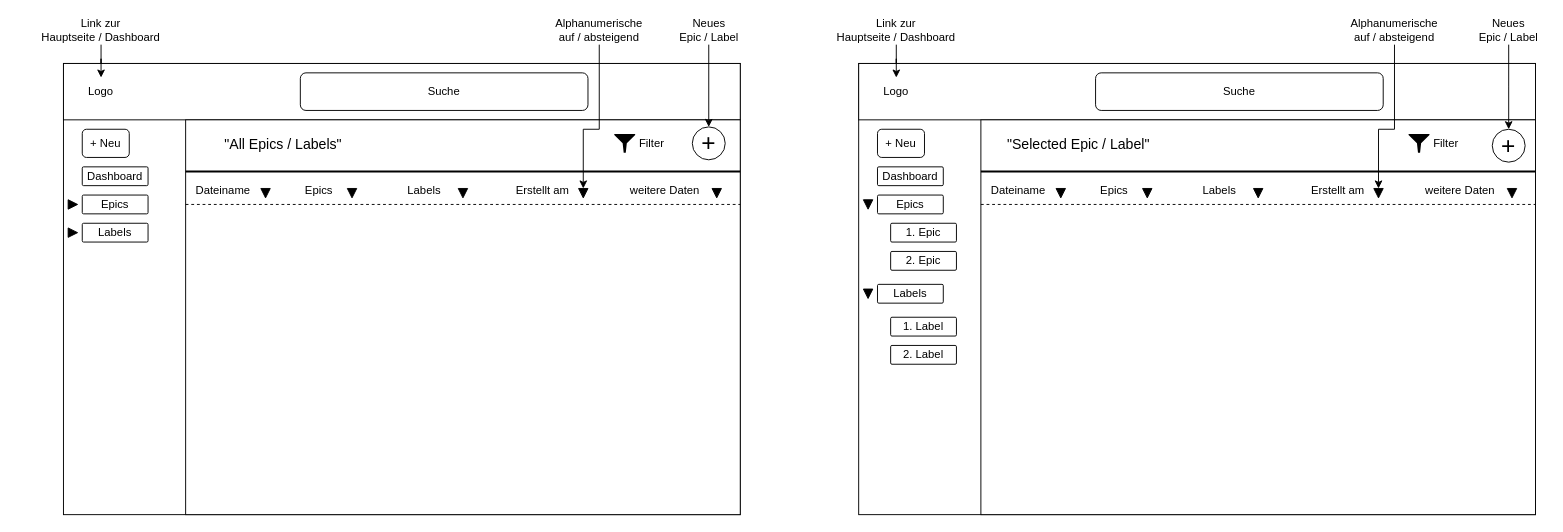
Before: page "Epics and Labels" (3 of 3) of diagrams/FE Mockup/Mockup.drawio in documents-manager/knowledge-base, a draw.io diagram. Source tidied: cells renumbered, new cells numbered last; positions are measured from the earlier drawing's top-left corner, leaving out a move shared by most shapes. Both pictures are drawn from the tidied source at 94%, with x=0, y=0 at pixel (16, 16). Pictures stored in the file or linked from it are replaced by grey dashed boxes.
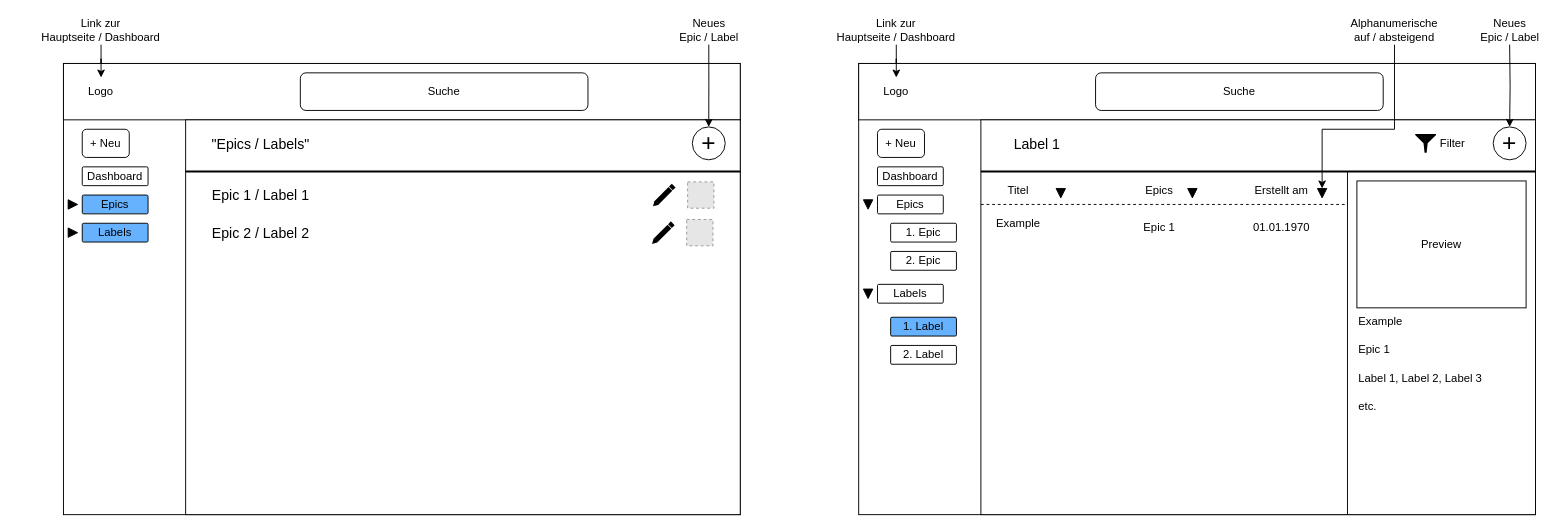
Above is the later version.

The change refers to these unchanged cells:
```xml
<mxCell id="58" value="Alphanumerische&lt;br&gt;auf / absteigend" style="text;html=1;strokeColor=none;fillColor=none;align=center;verticalAlign=middle;whiteSpace=wrap;rounded=0;" parent="1" vertex="1">
  <mxGeometry x="1376" width="180" height="30" as="geometry" />
</mxCell>
```

Diff of the diagram source:
```diff
@@
-    <mxCell id="10" value="Epics" style="rounded=1;whiteSpace=wrap;html=1;arcSize=7;" parent="1" vertex="1">
+    <mxCell id="10" value="Epics" style="rounded=1;whiteSpace=wrap;html=1;arcSize=7;fillColor=#66B2FF;" parent="1" vertex="1">
       <mxGeometry x="70" y="190" width="70" height="20" as="geometry" />
     </mxCell>
-    <mxCell id="11" value="Labels" style="rounded=1;whiteSpace=wrap;html=1;arcSize=7;" parent="1" vertex="1">
+    <mxCell id="11" value="Labels" style="rounded=1;whiteSpace=wrap;html=1;arcSize=7;fillColor=#66B2FF;" parent="1" vertex="1">
       <mxGeometry x="70" y="220" width="70" height="20" as="geometry" />
     </mxCell>
@@
-    <mxCell id="13" value="Dateiname" style="text;html=1;strokeColor=none;fillColor=none;align=center;verticalAlign=middle;whiteSpace=wrap;rounded=0;" parent="1" vertex="1">
-      <mxGeometry x="190" y="170" width="60" height="30" as="geometry" />
-    </mxCell>
-    <mxCell id="14" value="Epics" style="text;html=1;strokeColor=none;fillColor=none;align=center;verticalAlign=middle;whiteSpace=wrap;rounded=0;" parent="1" vertex="1">
-      <mxGeometry x="292" y="170" width="60" height="30" as="geometry" />
-    </mxCell>
-    <mxCell id="15" value="Labels" style="text;html=1;strokeColor=none;fillColor=none;align=center;verticalAlign=middle;whiteSpace=wrap;rounded=0;" parent="1" vertex="1">
-      <mxGeometry x="403.5" y="170" width="60" height="30" as="geometry" />
-    </mxCell>
-    <mxCell id="16" value="Erstellt am" style="text;html=1;strokeColor=none;fillColor=none;align=center;verticalAlign=middle;whiteSpace=wrap;rounded=0;" parent="1" vertex="1">
-      <mxGeometry x="530" y="170" width="60" height="30" as="geometry" />
-    </mxCell>
-    <mxCell id="17" value="weitere Daten" style="text;html=1;strokeColor=none;fillColor=none;align=center;verticalAlign=middle;whiteSpace=wrap;rounded=0;" parent="1" vertex="1">
-      <mxGeometry x="640" y="170" width="100" height="30" as="geometry" />
-    </mxCell>
@@
-    <mxCell id="19" value="&quot;All Epics / Labels&quot;" style="text;html=1;strokeColor=none;fillColor=none;align=center;verticalAlign=middle;whiteSpace=wrap;rounded=0;dashed=1;strokeWidth=2;fontSize=15;" parent="1" vertex="1">
-      <mxGeometry x="195" y="120" width="178" height="30" as="geometry" />
+    <mxCell id="19" value="&quot;Epics / Labels&quot;" style="text;html=1;strokeColor=none;fillColor=none;align=center;verticalAlign=middle;whiteSpace=wrap;rounded=0;dashed=1;strokeWidth=2;fontSize=15;" parent="1" vertex="1">
+      <mxGeometry x="180" y="120" width="160" height="30" as="geometry" />
     </mxCell>
-    <mxCell id="20" style="sketch=0;shadow=0;dashed=0;html=1;strokeColor=none;labelPosition=center;verticalLabelPosition=bottom;verticalAlign=top;align=center;fillColor=#000000;shape=mxgraph.mscae.enterprise.filter;" parent="1" vertex="1">
-      <mxGeometry x="636" y="125" width="22.2" height="20" as="geometry" />
-    </mxCell>
-    <mxCell id="21" value="Filter" style="text;html=1;strokeColor=none;fillColor=none;align=center;verticalAlign=middle;whiteSpace=wrap;rounded=0;dashed=1;" parent="1" vertex="1">
-      <mxGeometry x="646" y="120" width="60" height="30" as="geometry" />
-    </mxCell>
-    <mxCell id="22" style="triangle;whiteSpace=wrap;html=1;fontSize=15;strokeWidth=1;fillColor=#000000;direction=south;" parent="1" vertex="1">
-      <mxGeometry x="260" y="183" width="10" height="10" as="geometry" />
-    </mxCell>
-    <mxCell id="23" style="triangle;whiteSpace=wrap;html=1;fontSize=15;strokeWidth=1;fillColor=#000000;direction=south;" parent="1" vertex="1">
-      <mxGeometry x="352" y="183" width="10" height="10" as="geometry" />
-    </mxCell>
-    <mxCell id="24" style="triangle;whiteSpace=wrap;html=1;fontSize=15;strokeWidth=1;fillColor=#000000;direction=south;" parent="1" vertex="1">
-      <mxGeometry x="470" y="183" width="10" height="10" as="geometry" />
-    </mxCell>
-    <mxCell id="25" style="triangle;whiteSpace=wrap;html=1;fontSize=15;strokeWidth=1;fillColor=#000000;direction=south;" parent="1" vertex="1">
-      <mxGeometry x="598" y="183" width="10" height="10" as="geometry" />
-    </mxCell>
-    <mxCell id="26" style="triangle;whiteSpace=wrap;html=1;fontSize=15;strokeWidth=1;fillColor=#000000;direction=south;" parent="1" vertex="1">
-      <mxGeometry x="740" y="183" width="10" height="10" as="geometry" />
-    </mxCell>
-    <mxCell id="27" style="edgeStyle=orthogonalEdgeStyle;rounded=0;jettySize=auto;html=1;exitX=0.5;exitY=1;exitDx=0;exitDy=0;fontSize=15;entryX=0;entryY=0.5;entryDx=0;entryDy=0;" parent="1" edge="1" source="28" target="25">
-      <mxGeometry relative="1" as="geometry">
-        <Array as="points">
-          <mxPoint x="620" y="120" />
-          <mxPoint x="603" y="120" />
-        </Array>
-      </mxGeometry>
-    </mxCell>
-    <mxCell id="28" value="Alphanumerische&lt;br&gt;auf / absteigend" style="text;html=1;strokeColor=none;fillColor=none;align=center;verticalAlign=middle;whiteSpace=wrap;rounded=0;" parent="1" vertex="1">
-      <mxGeometry x="530" width="180" height="30" as="geometry" />
-    </mxCell>
-    <mxCell id="29" style="line;strokeWidth=1;html=1;dashed=1;" parent="1" vertex="1">
-      <mxGeometry x="180" y="195" width="590" height="10" as="geometry" />
-    </mxCell>
@@
-    <mxCell id="42" style="rounded=0;whiteSpace=wrap;html=1;" parent="1" vertex="1">
-      <mxGeometry x="1026" y="110" width="590" height="420" as="geometry" />
-    </mxCell>
-    <mxCell id="43" value="Dateiname" style="text;html=1;strokeColor=none;fillColor=none;align=center;verticalAlign=middle;whiteSpace=wrap;rounded=0;" parent="1" vertex="1">
-      <mxGeometry x="1036" y="170" width="60" height="30" as="geometry" />
-    </mxCell>
-    <mxCell id="44" value="Epics" style="text;html=1;strokeColor=none;fillColor=none;align=center;verticalAlign=middle;whiteSpace=wrap;rounded=0;" parent="1" vertex="1">
-      <mxGeometry x="1138" y="170" width="60" height="30" as="geometry" />
-    </mxCell>
-    <mxCell id="45" value="Labels" style="text;html=1;strokeColor=none;fillColor=none;align=center;verticalAlign=middle;whiteSpace=wrap;rounded=0;" parent="1" vertex="1">
-      <mxGeometry x="1249.5" y="170" width="60" height="30" as="geometry" />
-    </mxCell>
-    <mxCell id="46" value="Erstellt am" style="text;html=1;strokeColor=none;fillColor=none;align=center;verticalAlign=middle;whiteSpace=wrap;rounded=0;" parent="1" vertex="1">
-      <mxGeometry x="1376" y="170" width="60" height="30" as="geometry" />
-    </mxCell>
-    <mxCell id="47" value="weitere Daten" style="text;html=1;strokeColor=none;fillColor=none;align=center;verticalAlign=middle;whiteSpace=wrap;rounded=0;" parent="1" vertex="1">
-      <mxGeometry x="1486" y="170" width="100" height="30" as="geometry" />
-    </mxCell>
-    <mxCell id="48" style="line;strokeWidth=2;html=1;" parent="1" vertex="1">
-      <mxGeometry x="1026" y="160" width="590" height="10" as="geometry" />
-    </mxCell>
-    <mxCell id="49" value="&quot;Selected Epic / Label&quot;" style="text;html=1;strokeColor=none;fillColor=none;align=center;verticalAlign=middle;whiteSpace=wrap;rounded=0;dashed=1;strokeWidth=2;fontSize=15;" parent="1" vertex="1">
-      <mxGeometry x="1041" y="120" width="178" height="30" as="geometry" />
-    </mxCell>
-    <mxCell id="50" style="sketch=0;shadow=0;dashed=0;html=1;strokeColor=none;labelPosition=center;verticalLabelPosition=bottom;verticalAlign=top;align=center;fillColor=#000000;shape=mxgraph.mscae.enterprise.filter;" parent="1" vertex="1">
-      <mxGeometry x="1481" y="125" width="22.2" height="20" as="geometry" />
-    </mxCell>
-    <mxCell id="51" value="Filter" style="text;html=1;strokeColor=none;fillColor=none;align=center;verticalAlign=middle;whiteSpace=wrap;rounded=0;dashed=1;" parent="1" vertex="1">
-      <mxGeometry x="1491" y="120" width="60" height="30" as="geometry" />
-    </mxCell>
-    <mxCell id="52" style="triangle;whiteSpace=wrap;html=1;fontSize=15;strokeWidth=1;fillColor=#000000;direction=south;" parent="1" vertex="1">
-      <mxGeometry x="1106" y="183" width="10" height="10" as="geometry" />
-    </mxCell>
-    <mxCell id="53" style="triangle;whiteSpace=wrap;html=1;fontSize=15;strokeWidth=1;fillColor=#000000;direction=south;" parent="1" vertex="1">
-      <mxGeometry x="1198" y="183" width="10" height="10" as="geometry" />
-    </mxCell>
-    <mxCell id="54" style="triangle;whiteSpace=wrap;html=1;fontSize=15;strokeWidth=1;fillColor=#000000;direction=south;" parent="1" vertex="1">
-      <mxGeometry x="1316" y="183" width="10" height="10" as="geometry" />
-    </mxCell>
-    <mxCell id="55" style="triangle;whiteSpace=wrap;html=1;fontSize=15;strokeWidth=1;fillColor=#000000;direction=south;" parent="1" vertex="1">
-      <mxGeometry x="1444" y="183" width="10" height="10" as="geometry" />
-    </mxCell>
-    <mxCell id="56" style="triangle;whiteSpace=wrap;html=1;fontSize=15;strokeWidth=1;fillColor=#000000;direction=south;" parent="1" vertex="1">
-      <mxGeometry x="1586" y="183" width="10" height="10" as="geometry" />
-    </mxCell>
-    <mxCell id="57" style="edgeStyle=orthogonalEdgeStyle;rounded=0;jettySize=auto;html=1;exitX=0.5;exitY=1;exitDx=0;exitDy=0;fontSize=15;entryX=0;entryY=0.5;entryDx=0;entryDy=0;" parent="1" edge="1" source="58" target="55">
-      <mxGeometry relative="1" as="geometry">
-        <Array as="points">
-          <mxPoint x="1466" y="120" />
-          <mxPoint x="1449" y="120" />
-        </Array>
-      </mxGeometry>
-    </mxCell>
@@
-    <mxCell id="59" style="line;strokeWidth=1;html=1;dashed=1;" parent="1" vertex="1">
-      <mxGeometry x="1026" y="195" width="590" height="10" as="geometry" />
-    </mxCell>
@@
-    <mxCell id="62" value="1. Epic" style="rounded=1;whiteSpace=wrap;html=1;arcSize=7;" parent="1" vertex="1">
+    <mxCell id="62" value="1. Epic" style="rounded=1;whiteSpace=wrap;html=1;arcSize=7;fillColor=#FFFFFF;" parent="1" vertex="1">
       <mxGeometry x="930" y="220" width="70" height="20" as="geometry" />
     </mxCell>
@@
-    <mxCell id="64" value="1. Label" style="rounded=1;whiteSpace=wrap;html=1;arcSize=7;" parent="1" vertex="1">
+    <mxCell id="64" value="1. Label" style="rounded=1;whiteSpace=wrap;html=1;arcSize=7;fillColor=#66B2FF;" parent="1" vertex="1">
       <mxGeometry x="930" y="320" width="70" height="20" as="geometry" />
     </mxCell>
@@
-    <mxCell id="66" value="&lt;font style=&quot;font-size: 26px&quot;&gt;+&lt;/font&gt;" style="ellipse;whiteSpace=wrap;html=1;" parent="1" vertex="1">
-      <mxGeometry x="1570" y="120" width="35" height="35" as="geometry" />
-    </mxCell>
@@
     <mxCell id="69" value="Neues &lt;br&gt;Epic / Label" style="text;html=1;strokeColor=none;fillColor=none;align=center;verticalAlign=middle;whiteSpace=wrap;rounded=0;" parent="1" vertex="1">
-      <mxGeometry x="646.5" width="180" height="30" as="geometry" />
+      <mxGeometry x="694.8" width="83.5" height="30" as="geometry" />
     </mxCell>
-    <mxCell id="70" style="edgeStyle=orthogonalEdgeStyle;rounded=0;jettySize=auto;html=1;entryX=0.5;entryY=0;entryDx=0;entryDy=0;fontSize=26;" parent="1" edge="1" source="71" target="66">
-      <mxGeometry relative="1" as="geometry" />
-    </mxCell>
+    <mxCell id="42" style="rounded=0;whiteSpace=wrap;html=1;" parent="1" vertex="1">
+      <mxGeometry x="1026" y="110" width="590" height="420" as="geometry" />
+    </mxCell>
+    <mxCell id="72" value="Titel" style="text;html=1;strokeColor=none;fillColor=none;align=center;verticalAlign=middle;whiteSpace=wrap;rounded=0;" parent="1" vertex="1">
+      <mxGeometry x="1036" y="170" width="60" height="30" as="geometry" />
+    </mxCell>
+    <mxCell id="73" value="Epics" style="text;html=1;strokeColor=none;fillColor=none;align=center;verticalAlign=middle;whiteSpace=wrap;rounded=0;" parent="1" vertex="1">
+      <mxGeometry x="1186" y="170" width="60" height="30" as="geometry" />
+    </mxCell>
+    <mxCell id="74" value="Erstellt am" style="text;html=1;strokeColor=none;fillColor=none;align=center;verticalAlign=middle;whiteSpace=wrap;rounded=0;" parent="1" vertex="1">
+      <mxGeometry x="1316" y="170" width="60" height="30" as="geometry" />
+    </mxCell>
+    <mxCell id="48" style="line;strokeWidth=2;html=1;" parent="1" vertex="1">
+      <mxGeometry x="1026" y="160" width="590" height="10" as="geometry" />
+    </mxCell>
+    <mxCell id="75" value="Label 1" style="text;html=1;strokeColor=none;fillColor=none;align=center;verticalAlign=middle;whiteSpace=wrap;rounded=0;dashed=1;strokeWidth=2;fontSize=15;" parent="1" vertex="1">
+      <mxGeometry x="1036" y="120" width="100" height="30" as="geometry" />
+    </mxCell>
+    <mxCell id="52" style="triangle;whiteSpace=wrap;html=1;fontSize=15;strokeWidth=1;fillColor=#000000;direction=south;" parent="1" vertex="1">
+      <mxGeometry x="1106" y="183" width="10" height="10" as="geometry" />
+    </mxCell>
+    <mxCell id="76" style="triangle;whiteSpace=wrap;html=1;fontSize=15;strokeWidth=1;fillColor=#000000;direction=south;" parent="1" vertex="1">
+      <mxGeometry x="1246" y="183" width="10" height="10" as="geometry" />
+    </mxCell>
+    <mxCell id="77" style="triangle;whiteSpace=wrap;html=1;fontSize=15;strokeWidth=1;fillColor=#000000;direction=south;" parent="1" vertex="1">
+      <mxGeometry x="1384" y="183" width="10" height="10" as="geometry" />
+    </mxCell>
+    <mxCell id="78" style="line;strokeWidth=1;html=1;dashed=1;" parent="1" vertex="1">
+      <mxGeometry x="1026" y="195" width="390" height="10" as="geometry" />
+    </mxCell>
+    <mxCell id="79" style="endArrow=none;html=1;rounded=0;" parent="1" edge="1">
+      <mxGeometry relative="1" as="geometry">
+        <mxPoint x="1416" y="530" as="sourcePoint" />
+        <mxPoint x="1416" y="165" as="targetPoint" />
+      </mxGeometry>
+    </mxCell>
+    <mxCell id="80" value="Example" style="text;html=1;strokeColor=none;fillColor=none;align=center;verticalAlign=middle;whiteSpace=wrap;rounded=0;" parent="1" vertex="1">
+      <mxGeometry x="1036" y="205" width="60" height="30" as="geometry" />
+    </mxCell>
+    <mxCell id="81" value="Epic 1" style="text;html=1;strokeColor=none;fillColor=none;align=center;verticalAlign=middle;whiteSpace=wrap;rounded=0;" parent="1" vertex="1">
+      <mxGeometry x="1186" y="210" width="60" height="30" as="geometry" />
+    </mxCell>
+    <mxCell id="82" value="01.01.1970" style="text;html=1;strokeColor=none;fillColor=none;align=center;verticalAlign=middle;whiteSpace=wrap;rounded=0;" parent="1" vertex="1">
+      <mxGeometry x="1316" y="210" width="60" height="30" as="geometry" />
+    </mxCell>
+    <mxCell id="83" value="Preview" style="rounded=0;whiteSpace=wrap;html=1;" parent="1" vertex="1">
+      <mxGeometry x="1426" y="175" width="180" height="135" as="geometry" />
+    </mxCell>
+    <mxCell id="84" value="Example" style="text;html=1;strokeColor=none;fillColor=none;align=left;verticalAlign=middle;whiteSpace=wrap;rounded=0;" parent="1" vertex="1">
+      <mxGeometry x="1426" y="310" width="60" height="30" as="geometry" />
+    </mxCell>
+    <mxCell id="85" value="Epic 1" style="text;html=1;strokeColor=none;fillColor=none;align=left;verticalAlign=middle;whiteSpace=wrap;rounded=0;" parent="1" vertex="1">
+      <mxGeometry x="1426" y="340" width="60" height="30" as="geometry" />
+    </mxCell>
+    <mxCell id="86" value="Label 1, Label 2, Label 3" style="text;html=1;strokeColor=none;fillColor=none;align=left;verticalAlign=middle;whiteSpace=wrap;rounded=0;" parent="1" vertex="1">
+      <mxGeometry x="1426" y="370" width="150" height="30" as="geometry" />
+    </mxCell>
+    <mxCell id="87" value="etc." style="text;html=1;strokeColor=none;fillColor=none;align=left;verticalAlign=middle;whiteSpace=wrap;rounded=0;" parent="1" vertex="1">
+      <mxGeometry x="1426" y="400" width="60" height="30" as="geometry" />
+    </mxCell>
+    <mxCell id="88" style="sketch=0;shadow=0;dashed=0;html=1;strokeColor=none;labelPosition=center;verticalLabelPosition=bottom;verticalAlign=top;align=center;fillColor=#000000;shape=mxgraph.mscae.enterprise.filter;" parent="1" vertex="1">
+      <mxGeometry x="1488" y="125" width="22.2" height="20" as="geometry" />
+    </mxCell>
+    <mxCell id="89" value="Filter" style="text;html=1;strokeColor=none;fillColor=none;align=center;verticalAlign=middle;whiteSpace=wrap;rounded=0;dashed=1;" parent="1" vertex="1">
+      <mxGeometry x="1498" y="120" width="60" height="30" as="geometry" />
+    </mxCell>
+    <mxCell id="66" value="&lt;font style=&quot;font-size: 26px&quot;&gt;+&lt;/font&gt;" style="ellipse;whiteSpace=wrap;html=1;" parent="1" vertex="1">
+      <mxGeometry x="1571" y="117.5" width="35" height="35" as="geometry" />
+    </mxCell>
+    <mxCell id="90" style="edgeStyle=orthogonalEdgeStyle;rounded=0;jettySize=auto;html=1;exitX=0.5;exitY=1;exitDx=0;exitDy=0;fontSize=26;" parent="1" edge="1" target="66">
+      <mxGeometry relative="1" as="geometry">
+        <mxPoint x="1588.5" y="30" as="sourcePoint" />
+      </mxGeometry>
+    </mxCell>
     <mxCell id="71" value="Neues &lt;br&gt;Epic / Label" style="text;html=1;strokeColor=none;fillColor=none;align=center;verticalAlign=middle;whiteSpace=wrap;rounded=0;" parent="1" vertex="1">
-      <mxGeometry x="1546.2" width="82.5" height="30" as="geometry" />
+      <mxGeometry x="1552.8" width="71.5" height="30" as="geometry" />
     </mxCell>
+    <mxCell id="57" style="edgeStyle=orthogonalEdgeStyle;rounded=0;jettySize=auto;html=1;exitX=0.5;exitY=1;exitDx=0;exitDy=0;fontSize=15;entryX=0;entryY=0.5;entryDx=0;entryDy=0;" parent="1" edge="1" source="58" target="77">
+      <mxGeometry relative="1" as="geometry">
+        <Array as="points">
+          <mxPoint x="1466" y="120" />
+          <mxPoint x="1389" y="120" />
+        </Array>
+      </mxGeometry>
+    </mxCell>
+    <mxCell id="91" value="Epic 1 / Label 1" style="text;html=1;strokeColor=none;fillColor=none;align=center;verticalAlign=middle;whiteSpace=wrap;rounded=0;dashed=1;strokeWidth=2;fontSize=15;" parent="1" vertex="1">
+      <mxGeometry x="180" y="175" width="160" height="30" as="geometry" />
+    </mxCell>
+    <mxCell id="92" value="Epic 2 / Label 2" style="text;html=1;strokeColor=none;fillColor=none;align=center;verticalAlign=middle;whiteSpace=wrap;rounded=0;dashed=1;strokeWidth=2;fontSize=15;" parent="1" vertex="1">
+      <mxGeometry x="180" y="215" width="160" height="30" as="geometry" />
+    </mxCell>
+    <mxCell id="93" style="fillColor=#E6E6E6;strokeColor=#999999;dashed=1;html=1;verticalAlign=top;verticalLabelPosition=bottom;labelBackgroundColor=#ffffff;" parent="1" vertex="1">
+      <mxGeometry x="714" y="176" width="28" height="28" as="geometry" />
+    </mxCell>
+    <mxCell id="94" style="dashed=0;verticalLabelPosition=bottom;verticalAlign=top;align=center;shape=mxgraph.gmdl.edit;strokeColor=none;fillColor=#000000;shadow=0;sketch=0;" parent="1" vertex="1">
+      <mxGeometry x="677.2" y="178" width="24" height="24" as="geometry" />
+    </mxCell>
+    <mxCell id="95" style="fillColor=#E6E6E6;strokeColor=#999999;dashed=1;html=1;verticalAlign=top;verticalLabelPosition=bottom;labelBackgroundColor=#ffffff;" parent="1" vertex="1">
+      <mxGeometry x="713" y="216" width="28" height="28" as="geometry" />
+    </mxCell>
+    <mxCell id="96" style="dashed=0;verticalLabelPosition=bottom;verticalAlign=top;align=center;shape=mxgraph.gmdl.edit;strokeColor=none;fillColor=#000000;shadow=0;sketch=0;" parent="1" vertex="1">
+      <mxGeometry x="676.2" y="218" width="24" height="24" as="geometry" />
+    </mxCell>
```
